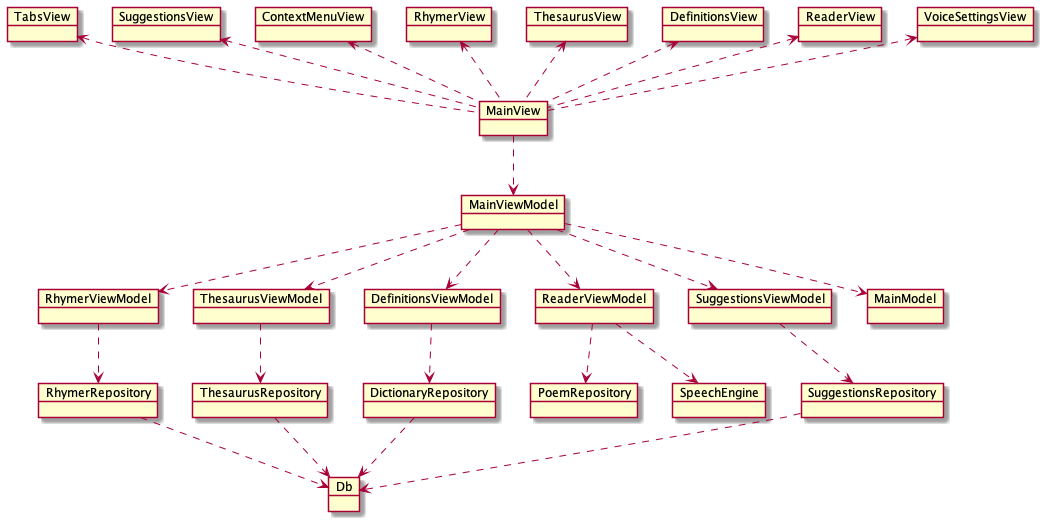
The PlantUML diagram doc/object-diagram.png in caarmen/poet-assistant-web, before a commit.
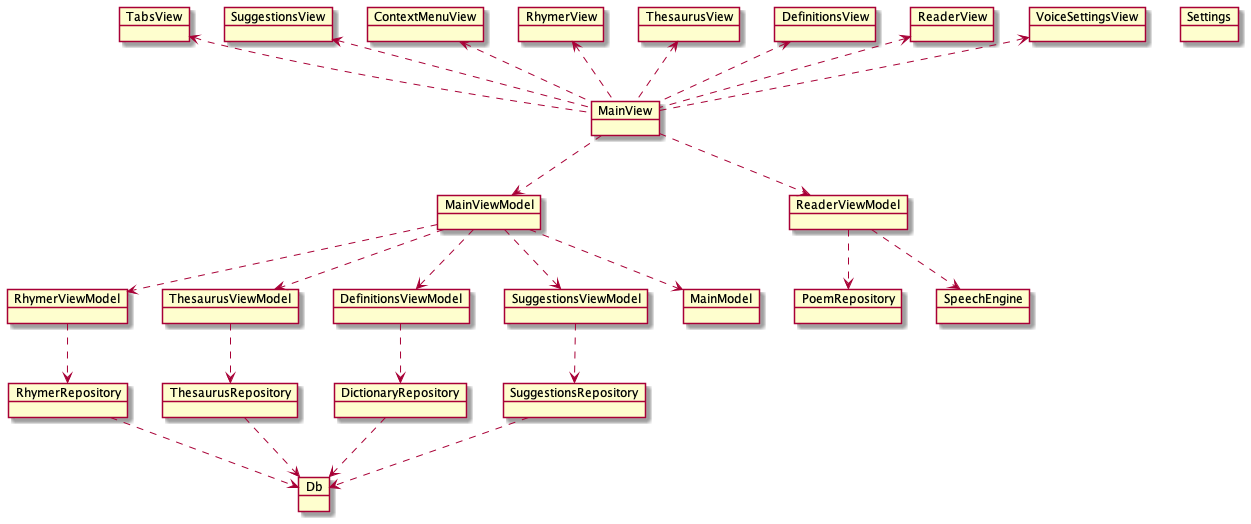
The same file after the commit.

Commit message:
move readerviewmodel out of mainviewmodel

Change to the diagram source:
```diff
@@ -26,6 +26,7 @@
 
 
 object Db
+object Settings
 
 TabsView <.. MainView
 ContextMenuView <.. MainView
@@ -36,12 +37,12 @@
 VoiceSettingsView <.. MainView
 SuggestionsView <.. MainView
 MainView ..> MainViewModel
+MainView ..> ReaderViewModel
 
 MainViewModel ..> MainModel
 MainViewModel ..> RhymerViewModel
 MainViewModel ..> ThesaurusViewModel
 MainViewModel ..> DefinitionsViewModel
-MainViewModel ..> ReaderViewModel
 MainViewModel ..> SuggestionsViewModel
 
 RhymerViewModel ..> RhymerRepository
```
